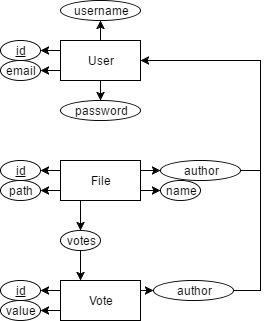
This is docs/images/Database.png from tilau2328/Ishtar, a draw.io export, as it was before one commit. Source tidied: cells renumbered, new cells last; positions are measured from the earlier drawing's top-left corner, leaving out a move shared by most shapes.
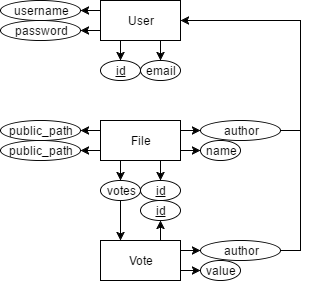
The same diagram one commit later.

Diff of the diagram source:
```diff
@@ -2,18 +2,18 @@
   <root>
     <mxCell id="0" />
     <mxCell id="1" parent="0" />
-    <mxCell id="2" style="edgeStyle=orthogonalEdgeStyle;rounded=0;html=1;exitX=0;exitY=0.25;entryX=1;entryY=0.5;shadow=0;startArrow=none;startFill=0;endArrow=classic;endFill=1;jettySize=auto;strokeColor=#000000;" parent="1" edge="1" source="6" target="24">
+    <mxCell id="2" style="edgeStyle=orthogonalEdgeStyle;rounded=0;html=1;exitX=0;exitY=0.25;entryX=1;entryY=0.5;shadow=0;startArrow=none;startFill=0;endArrow=classic;endFill=1;jettySize=auto;strokeColor=#000000;" parent="1" edge="1" source="6" target="30">
       <mxGeometry relative="1" as="geometry" />
     </mxCell>
-    <mxCell id="3" style="edgeStyle=orthogonalEdgeStyle;rounded=0;html=1;exitX=0.5;exitY=0;entryX=0.5;entryY=1;shadow=0;startArrow=none;startFill=0;endArrow=classic;endFill=1;jettySize=auto;strokeColor=#000000;" parent="1" edge="1" source="6" target="30">
-      <mxGeometry relative="1" as="geometry" />
-    </mxCell>
-    <mxCell id="4" style="edgeStyle=orthogonalEdgeStyle;rounded=0;html=1;exitX=0.5;exitY=1;entryX=0.5;entryY=0;shadow=0;startArrow=none;startFill=0;endArrow=classic;endFill=1;jettySize=auto;strokeColor=#000000;" parent="1" edge="1" source="6" target="31">
-      <mxGeometry relative="1" as="geometry" />
-    </mxCell>
-    <mxCell id="5" style="edgeStyle=orthogonalEdgeStyle;rounded=0;html=1;exitX=0;exitY=0.75;entryX=1;entryY=0.5;shadow=0;startArrow=none;startFill=0;endArrow=classic;endFill=1;jettySize=auto;strokeColor=#000000;" parent="1" edge="1" source="6" target="32">
+    <mxCell id="5" style="edgeStyle=orthogonalEdgeStyle;rounded=0;html=1;exitX=0;exitY=0.75;entryX=1;entryY=0.5;shadow=0;startArrow=none;startFill=0;endArrow=classic;endFill=1;jettySize=auto;strokeColor=#000000;entryPerimeter=0;" parent="1" edge="1" source="6" target="31">
       <mxGeometry relative="1" as="geometry" />
     </mxCell>
+    <mxCell id="33" style="edgeStyle=none;rounded=0;html=1;exitX=0.75;exitY=1;entryX=0.5;entryY=0;shadow=0;startArrow=none;startFill=0;endArrow=classic;endFill=1;jettySize=auto;strokeColor=#000000;" parent="1" edge="1" source="6" target="32">
+      <mxGeometry relative="1" as="geometry" />
+    </mxCell>
+    <mxCell id="34" style="edgeStyle=none;rounded=0;html=1;exitX=0.25;exitY=1;entryX=0.5;entryY=0;shadow=0;startArrow=none;startFill=0;endArrow=classic;endFill=1;jettySize=auto;strokeColor=#000000;" parent="1" edge="1" source="6" target="40">
+      <mxGeometry relative="1" as="geometry" />
+    </mxCell>
     <mxCell id="6" value="User" style="whiteSpace=wrap;html=1;" parent="1" vertex="1">
       <mxGeometry x="60" y="40" width="80" height="40" as="geometry" />
     </mxCell>
@@ -23,7 +23,7 @@
     <mxCell id="8" style="edgeStyle=orthogonalEdgeStyle;rounded=0;html=1;exitX=1;exitY=0.25;entryX=0;entryY=0.5;shadow=0;startArrow=none;startFill=0;endArrow=classic;endFill=1;jettySize=auto;strokeColor=#000000;" parent="1" edge="1" source="12" target="20">
       <mxGeometry relative="1" as="geometry" />
     </mxCell>
-    <mxCell id="9" style="edgeStyle=orthogonalEdgeStyle;rounded=0;html=1;exitX=0;exitY=0.25;entryX=1;entryY=0.5;shadow=0;startArrow=none;startFill=0;endArrow=classic;endFill=1;jettySize=auto;strokeColor=#000000;" parent="1" edge="1" source="12" target="26">
+    <mxCell id="9" style="edgeStyle=orthogonalEdgeStyle;rounded=0;html=1;exitX=0;exitY=0.25;entryX=1;entryY=0.5;shadow=0;startArrow=none;startFill=0;endArrow=classic;endFill=1;jettySize=auto;strokeColor=#000000;" parent="1" edge="1" source="12" target="37">
       <mxGeometry relative="1" as="geometry" />
     </mxCell>
     <mxCell id="10" style="edgeStyle=orthogonalEdgeStyle;rounded=0;html=1;exitX=0;exitY=0.75;entryX=1;entryY=0.5;shadow=0;startArrow=none;startFill=0;endArrow=classic;endFill=1;jettySize=auto;strokeColor=#000000;" parent="1" edge="1" source="12" target="27">
@@ -32,16 +32,21 @@
     <mxCell id="11" style="edgeStyle=orthogonalEdgeStyle;rounded=0;html=1;exitX=1;exitY=0.75;entryX=0;entryY=0.5;shadow=0;startArrow=none;startFill=0;endArrow=classic;endFill=1;jettySize=auto;strokeColor=#000000;" parent="1" edge="1" source="12" target="29">
       <mxGeometry relative="1" as="geometry" />
     </mxCell>
+    <mxCell id="35" style="edgeStyle=none;rounded=0;html=1;exitX=0.75;exitY=1;entryX=0.5;entryY=0;shadow=0;startArrow=none;startFill=0;endArrow=classic;endFill=1;jettySize=auto;strokeColor=#000000;" parent="1" edge="1" source="12" target="38">
+      <mxGeometry relative="1" as="geometry" />
+    </mxCell>
     <mxCell id="12" value="File" style="whiteSpace=wrap;html=1;" parent="1" vertex="1">
       <mxGeometry x="60" y="160" width="80" height="40" as="geometry" />
     </mxCell>
-    <mxCell id="13" style="edgeStyle=none;rounded=0;html=1;exitX=1;exitY=0.25;entryX=0;entryY=0.5;shadow=0;startArrow=none;startFill=0;endArrow=classic;endFill=1;jettySize=auto;strokeColor=#000000;" parent="1" edge="1" source="16" target="19">
-      <mxGeometry relative="1" as="geometry" />
+    <mxCell id="13" style="edgeStyle=none;rounded=0;html=1;exitX=1;exitY=0.25;entryX=0;entryY=0.5;shadow=0;startArrow=none;startFill=0;endArrow=classic;endFill=1;jettySize=auto;strokeColor=#000000;" parent="1" edge="1" source="16">
+      <mxGeometry relative="1" as="geometry">
+        <mxPoint x="160" y="290" as="targetPoint" />
+      </mxGeometry>
     </mxCell>
-    <mxCell id="14" style="edgeStyle=orthogonalEdgeStyle;rounded=0;html=1;exitX=0;exitY=0.25;entryX=1;entryY=0.5;shadow=0;startArrow=none;startFill=0;endArrow=classic;endFill=1;jettySize=auto;strokeColor=#000000;" parent="1" edge="1" source="16" target="25">
-      <mxGeometry relative="1" as="geometry" />
-    </mxCell>
+    <mxCell id="36" style="edgeStyle=none;rounded=0;html=1;exitX=0.75;exitY=0;entryX=0.5;entryY=1;shadow=0;startArrow=none;startFill=0;endArrow=classic;endFill=1;jettySize=auto;strokeColor=#000000;" parent="1" edge="1" source="16" target="39">
+      <mxGeometry relative="1" as="geometry" />
+    </mxCell>
-    <mxCell id="15" style="edgeStyle=orthogonalEdgeStyle;rounded=0;html=1;exitX=0;exitY=0.75;entryX=1;entryY=0.5;shadow=0;startArrow=none;startFill=0;endArrow=classic;endFill=1;jettySize=auto;strokeColor=#000000;" parent="1" edge="1" source="16" target="28">
+    <mxCell id="15" style="edgeStyle=none;rounded=0;html=1;exitX=1;exitY=0.75;entryX=0;entryY=0.5;shadow=0;startArrow=none;startFill=0;endArrow=classic;endFill=1;jettySize=auto;strokeColor=#000000;" parent="1" edge="1" source="16" target="28">
       <mxGeometry relative="1" as="geometry" />
     </mxCell>
     <mxCell id="16" value="Vote" style="whiteSpace=wrap;html=1;" parent="1" vertex="1">
@@ -51,10 +56,10 @@
       <mxGeometry relative="1" as="geometry" />
     </mxCell>
     <mxCell id="18" value="votes" style="ellipse;whiteSpace=wrap;html=1;" parent="1" vertex="1">
-      <mxGeometry x="60" y="230" width="40" height="20" as="geometry" />
+      <mxGeometry x="60" y="220" width="40" height="20" as="geometry" />
     </mxCell>
     <mxCell id="19" value="author" style="ellipse;whiteSpace=wrap;html=1;" parent="1" vertex="1">
-      <mxGeometry x="153" y="280" width="80" height="20" as="geometry" />
+      <mxGeometry x="160" y="280" width="80" height="20" as="geometry" />
     </mxCell>
     <mxCell id="20" value="author" style="ellipse;whiteSpace=wrap;html=1;" parent="1" vertex="1">
       <mxGeometry x="160" y="160" width="80" height="20" as="geometry" />
@@ -75,32 +80,35 @@
         <mxPoint y="100" as="targetPoint" />
       </mxGeometry>
     </mxCell>
-    <mxCell id="24" value="&lt;u&gt;id&lt;/u&gt;" style="ellipse;whiteSpace=wrap;html=1;" parent="1" vertex="1">
-      <mxGeometry y="40" width="40" height="20" as="geometry" />
-    </mxCell>
-    <mxCell id="25" value="&lt;u&gt;id&lt;/u&gt;" style="ellipse;whiteSpace=wrap;html=1;" parent="1" vertex="1">
-      <mxGeometry y="280" width="40" height="20" as="geometry" />
-    </mxCell>
-    <mxCell id="26" value="&lt;u&gt;id&lt;/u&gt;" style="ellipse;whiteSpace=wrap;html=1;" parent="1" vertex="1">
-      <mxGeometry y="160" width="40" height="20" as="geometry" />
-    </mxCell>
-    <mxCell id="27" value="path" style="ellipse;whiteSpace=wrap;html=1;" parent="1" vertex="1">
-      <mxGeometry y="180" width="40" height="20" as="geometry" />
+    <mxCell id="27" value="public_path" style="ellipse;whiteSpace=wrap;html=1;" parent="1" vertex="1">
+      <mxGeometry x="-40" y="180" width="80" height="20" as="geometry" />
     </mxCell>
-    <mxCell id="28" value="value" style="ellipse;whiteSpace=wrap;html=1;" parent="1" vertex="1">
-      <mxGeometry y="300" width="40" height="20" as="geometry" />
-    </mxCell>
     <mxCell id="29" value="name" style="ellipse;whiteSpace=wrap;html=1;" parent="1" vertex="1">
       <mxGeometry x="160" y="180" width="40" height="20" as="geometry" />
     </mxCell>
     <mxCell id="30" value="username" style="ellipse;whiteSpace=wrap;html=1;" parent="1" vertex="1">
-      <mxGeometry x="60" width="80" height="20" as="geometry" />
+      <mxGeometry x="-40" y="40" width="80" height="20" as="geometry" />
     </mxCell>
+    <mxCell id="37" value="public_path" style="ellipse;whiteSpace=wrap;html=1;" parent="1" vertex="1">
+      <mxGeometry x="-40" y="160" width="80" height="20" as="geometry" />
+    </mxCell>
+    <mxCell id="38" value="&lt;u&gt;id&lt;/u&gt;" style="ellipse;whiteSpace=wrap;html=1;" parent="1" vertex="1">
+      <mxGeometry x="100" y="220" width="40" height="20" as="geometry" />
+    </mxCell>
+    <mxCell id="39" value="&lt;u&gt;id&lt;/u&gt;" style="ellipse;whiteSpace=wrap;html=1;" parent="1" vertex="1">
+      <mxGeometry x="100" y="240" width="40" height="20" as="geometry" />
+    </mxCell>
+    <mxCell id="40" value="&lt;u&gt;id&lt;/u&gt;" style="ellipse;whiteSpace=wrap;html=1;" parent="1" vertex="1">
+      <mxGeometry x="60" y="100" width="40" height="20" as="geometry" />
+    </mxCell>
+    <mxCell id="32" value="email" style="ellipse;whiteSpace=wrap;html=1;" parent="1" vertex="1">
+      <mxGeometry x="100" y="100" width="40" height="20" as="geometry" />
+    </mxCell>
     <mxCell id="31" value="password" style="ellipse;whiteSpace=wrap;html=1;" parent="1" vertex="1">
-      <mxGeometry x="60" y="100" width="80" height="20" as="geometry" />
+      <mxGeometry x="-40" y="60" width="80" height="20" as="geometry" />
     </mxCell>
-    <mxCell id="32" value="email" style="ellipse;whiteSpace=wrap;html=1;" parent="1" vertex="1">
-      <mxGeometry y="60" width="40" height="20" as="geometry" />
-    </mxCell>
+    <mxCell id="28" value="value" style="ellipse;whiteSpace=wrap;html=1;" parent="1" vertex="1">
+      <mxGeometry x="160" y="300" width="40" height="20" as="geometry" />
+    </mxCell>
   </root>
 </mxGraphModel>
```
